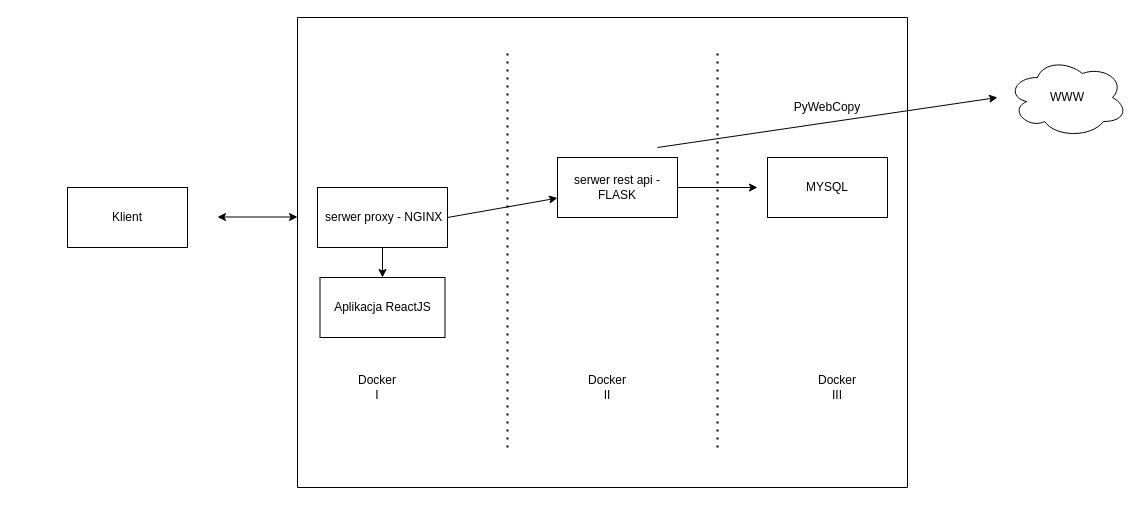
The draw.io diagram pdf/architecure.drawio in JanKulbinski/WebsiteMonitor, before the edit. Source tidied: cells renumbered, new cells numbered last; positions are measured from the earlier drawing's top-left corner, leaving out a move shared by most shapes. Both pictures are drawn from the tidied source at 100%, with x=0, y=0 at pixel (67, 17).
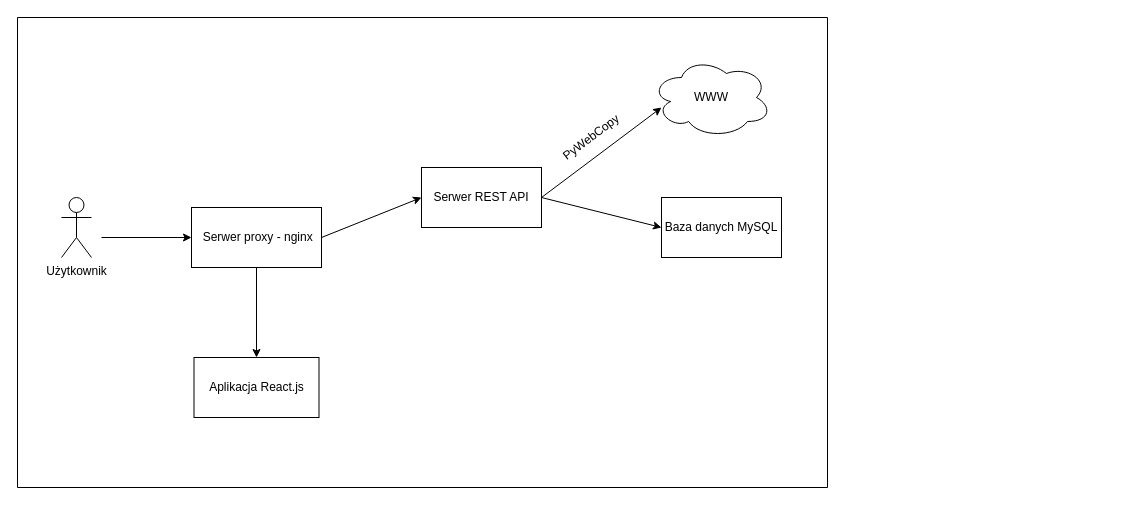
The same page after the edit.

Change to the diagram source:
```diff
@@
-    <mxCell id="2" value="Klient" style="rounded=0;whiteSpace=wrap;html=1;" parent="1" vertex="1">
-      <mxGeometry y="170" width="120" height="60" as="geometry" />
-    </mxCell>
-    <mxCell id="3" style="endArrow=classic;startArrow=classic;html=1;" parent="1" edge="1">
-      <mxGeometry relative="1" as="geometry">
-        <mxPoint x="150" y="199.5" as="sourcePoint" />
-        <mxPoint x="230" y="199.5" as="targetPoint" />
-      </mxGeometry>
-    </mxCell>
-    <mxCell id="4" value="&lt;div style=&quot;text-align: left&quot;&gt;&lt;span&gt;&amp;nbsp;&lt;/span&gt;&lt;span&gt;serwer proxy - NGINX&lt;/span&gt;&lt;/div&gt;" style="rounded=0;whiteSpace=wrap;html=1;" parent="1" vertex="1">
-      <mxGeometry x="250" y="170" width="130" height="60" as="geometry" />
+    <mxCell id="4" value="&lt;div style=&quot;text-align: left&quot;&gt;&lt;span&gt;&amp;nbsp;S&lt;/span&gt;&lt;span&gt;erwer proxy - nginx&lt;/span&gt;&lt;/div&gt;" style="rounded=0;whiteSpace=wrap;html=1;" parent="1" vertex="1">
+      <mxGeometry x="124" y="190" width="130" height="60" as="geometry" />
     </mxCell>
-    <mxCell id="5" style="endArrow=classic;html=1;exitX=0.5;exitY=1;exitDx=0;exitDy=0;entryX=0.5;entryY=0;entryDx=0;entryDy=0;" parent="1" edge="1" source="4" target="22">
+    <mxCell id="5" style="endArrow=classic;html=1;entryX=0.5;entryY=0;entryDx=0;entryDy=0;exitX=0.5;exitY=1;exitDx=0;exitDy=0;" parent="1" edge="1" source="4" target="22">
       <mxGeometry relative="1" as="geometry" />
     </mxCell>
-    <mxCell id="6" style="endArrow=classic;html=1;exitX=1;exitY=0.5;exitDx=0;exitDy=0;" parent="1" edge="1" source="4" target="7">
+    <mxCell id="6" style="endArrow=classic;html=1;exitX=1;exitY=0.5;exitDx=0;exitDy=0;entryX=0;entryY=0.5;entryDx=0;entryDy=0;" parent="1" edge="1" source="4" target="7">
       <mxGeometry relative="1" as="geometry" />
     </mxCell>
-    <mxCell id="7" value="serwer rest api - FLASK" style="rounded=0;whiteSpace=wrap;html=1;" parent="1" vertex="1">
-      <mxGeometry x="490" y="140" width="120" height="60" as="geometry" />
+    <mxCell id="7" value="Serwer REST API" style="rounded=0;whiteSpace=wrap;html=1;" parent="1" vertex="1">
+      <mxGeometry x="354" y="150" width="120" height="60" as="geometry" />
     </mxCell>
-    <mxCell id="8" style="endArrow=classic;html=1;exitX=1;exitY=0.5;exitDx=0;exitDy=0;" parent="1" edge="1" source="7">
-      <mxGeometry relative="1" as="geometry">
-        <mxPoint x="690" y="170" as="targetPoint" />
-      </mxGeometry>
+    <mxCell id="8" style="endArrow=classic;html=1;exitX=1;exitY=0.5;exitDx=0;exitDy=0;entryX=0;entryY=0.5;entryDx=0;entryDy=0;" parent="1" edge="1" source="7" target="9">
+      <mxGeometry relative="1" as="geometry" />
     </mxCell>
-    <mxCell id="9" value="MYSQL" style="rounded=0;whiteSpace=wrap;html=1;" parent="1" vertex="1">
-      <mxGeometry x="700" y="140" width="120" height="60" as="geometry" />
+    <mxCell id="9" value="Baza danych MySQL" style="rounded=0;whiteSpace=wrap;html=1;" parent="1" vertex="1">
+      <mxGeometry x="594" y="180" width="120" height="60" as="geometry" />
     </mxCell>
-    <mxCell id="10" style="endArrow=none;dashed=1;html=1;dashPattern=1 3;strokeWidth=2;" parent="1" edge="1">
-      <mxGeometry relative="1" as="geometry">
-        <mxPoint x="440" y="430" as="sourcePoint" />
-        <mxPoint x="440" y="30" as="targetPoint" />
-      </mxGeometry>
-    </mxCell>
-    <mxCell id="11" style="endArrow=none;dashed=1;html=1;dashPattern=1 3;strokeWidth=2;" parent="1" edge="1">
-      <mxGeometry relative="1" as="geometry">
-        <mxPoint x="650" y="430" as="sourcePoint" />
-        <mxPoint x="650" y="30" as="targetPoint" />
-      </mxGeometry>
-    </mxCell>
-    <mxCell id="12" value="Docker I" style="text;html=1;strokeColor=none;fillColor=none;align=center;verticalAlign=middle;whiteSpace=wrap;rounded=0;" parent="1" vertex="1">
-      <mxGeometry x="290" y="360" width="40" height="20" as="geometry" />
-    </mxCell>
-    <mxCell id="13" value="Docker II" style="text;html=1;strokeColor=none;fillColor=none;align=center;verticalAlign=middle;whiteSpace=wrap;rounded=0;" parent="1" vertex="1">
-      <mxGeometry x="520" y="360" width="40" height="20" as="geometry" />
-    </mxCell>
-    <mxCell id="14" value="Docker III" style="text;html=1;strokeColor=none;fillColor=none;align=center;verticalAlign=middle;whiteSpace=wrap;rounded=0;" parent="1" vertex="1">
-      <mxGeometry x="750" y="360" width="40" height="20" as="geometry" />
-    </mxCell>
     <mxCell id="15" style="endArrow=none;html=1;" parent="1" edge="1">
       <mxGeometry relative="1" as="geometry">
-        <mxPoint x="230" as="sourcePoint" />
-        <mxPoint x="840" as="targetPoint" />
+        <mxPoint x="-50" as="sourcePoint" />
+        <mxPoint x="760" as="targetPoint" />
       </mxGeometry>
     </mxCell>
-    <mxCell id="16" style="endArrow=none;html=1;" parent="1" edge="1">
-      <mxGeometry relative="1" as="geometry">
-        <mxPoint x="840" y="470" as="sourcePoint" />
-        <mxPoint x="840" as="targetPoint" />
-      </mxGeometry>
-    </mxCell>
     <mxCell id="17" style="endArrow=none;html=1;" parent="1" edge="1">
       <mxGeometry relative="1" as="geometry">
-        <mxPoint x="230" y="470" as="sourcePoint" />
-        <mxPoint x="230" as="targetPoint" />
+        <mxPoint x="-50" y="470" as="sourcePoint" />
+        <mxPoint x="-50" as="targetPoint" />
       </mxGeometry>
     </mxCell>
-    <mxCell id="18" style="endArrow=none;html=1;" parent="1" edge="1">
-      <mxGeometry relative="1" as="geometry">
-        <mxPoint x="230" y="470" as="sourcePoint" />
-        <mxPoint x="840" y="470" as="targetPoint" />
-      </mxGeometry>
-    </mxCell>
     <mxCell id="19" style="endArrow=classic;html=1;" parent="1" edge="1">
       <mxGeometry relative="1" as="geometry">
-        <mxPoint x="590" y="130" as="sourcePoint" />
-        <mxPoint x="930" y="80" as="targetPoint" />
+        <mxPoint x="474" y="180" as="sourcePoint" />
+        <mxPoint x="594" y="90" as="targetPoint" />
       </mxGeometry>
     </mxCell>
     <mxCell id="20" value="WWW" style="ellipse;shape=cloud;whiteSpace=wrap;html=1;" parent="1" vertex="1">
-      <mxGeometry x="940" y="40" width="120" height="80" as="geometry" />
+      <mxGeometry x="584" y="40" width="120" height="80" as="geometry" />
     </mxCell>
-    <mxCell id="21" value="PyWebCopy" style="text;html=1;strokeColor=none;fillColor=none;align=center;verticalAlign=middle;whiteSpace=wrap;rounded=0;rotation=0;" parent="1" vertex="1">
-      <mxGeometry x="720" y="80" width="80" height="20" as="geometry" />
+    <mxCell id="21" value="PyWebCopy" style="text;html=1;strokeColor=none;fillColor=none;align=center;verticalAlign=middle;whiteSpace=wrap;rounded=0;rotation=323;" parent="1" vertex="1">
+      <mxGeometry x="484" y="110" width="80" height="20" as="geometry" />
     </mxCell>
-    <mxCell id="22" value="Aplikacja ReactJS" style="rounded=0;whiteSpace=wrap;html=1;" parent="1" vertex="1">
-      <mxGeometry x="252.5" y="260" width="125" height="60" as="geometry" />
+    <mxCell id="22" value="Aplikacja React.js" style="rounded=0;whiteSpace=wrap;html=1;" parent="1" vertex="1">
+      <mxGeometry x="126.5" y="340" width="125" height="60" as="geometry" />
     </mxCell>
+    <mxCell id="23" style="endArrow=none;html=1;" parent="1" edge="1">
+      <mxGeometry relative="1" as="geometry">
+        <mxPoint x="760" y="470" as="sourcePoint" />
+        <mxPoint x="760" as="targetPoint" />
+      </mxGeometry>
+    </mxCell>
+    <mxCell id="24" style="endArrow=none;html=1;" parent="1" edge="1">
+      <mxGeometry relative="1" as="geometry">
+        <mxPoint x="-50" y="470" as="sourcePoint" />
+        <mxPoint x="760" y="470" as="targetPoint" />
+      </mxGeometry>
+    </mxCell>
+    <mxCell id="25" value="Użytkownik" style="shape=umlActor;verticalLabelPosition=bottom;verticalAlign=top;html=1;" parent="1" vertex="1">
+      <mxGeometry x="-6" y="180" width="30" height="60" as="geometry" />
+    </mxCell>
+    <mxCell id="26" style="endArrow=classic;html=1;entryX=0;entryY=0.5;entryDx=0;entryDy=0;" parent="1" edge="1" target="4">
+      <mxGeometry relative="1" as="geometry">
+        <mxPoint x="34" y="220" as="sourcePoint" />
+      </mxGeometry>
+    </mxCell>
```
